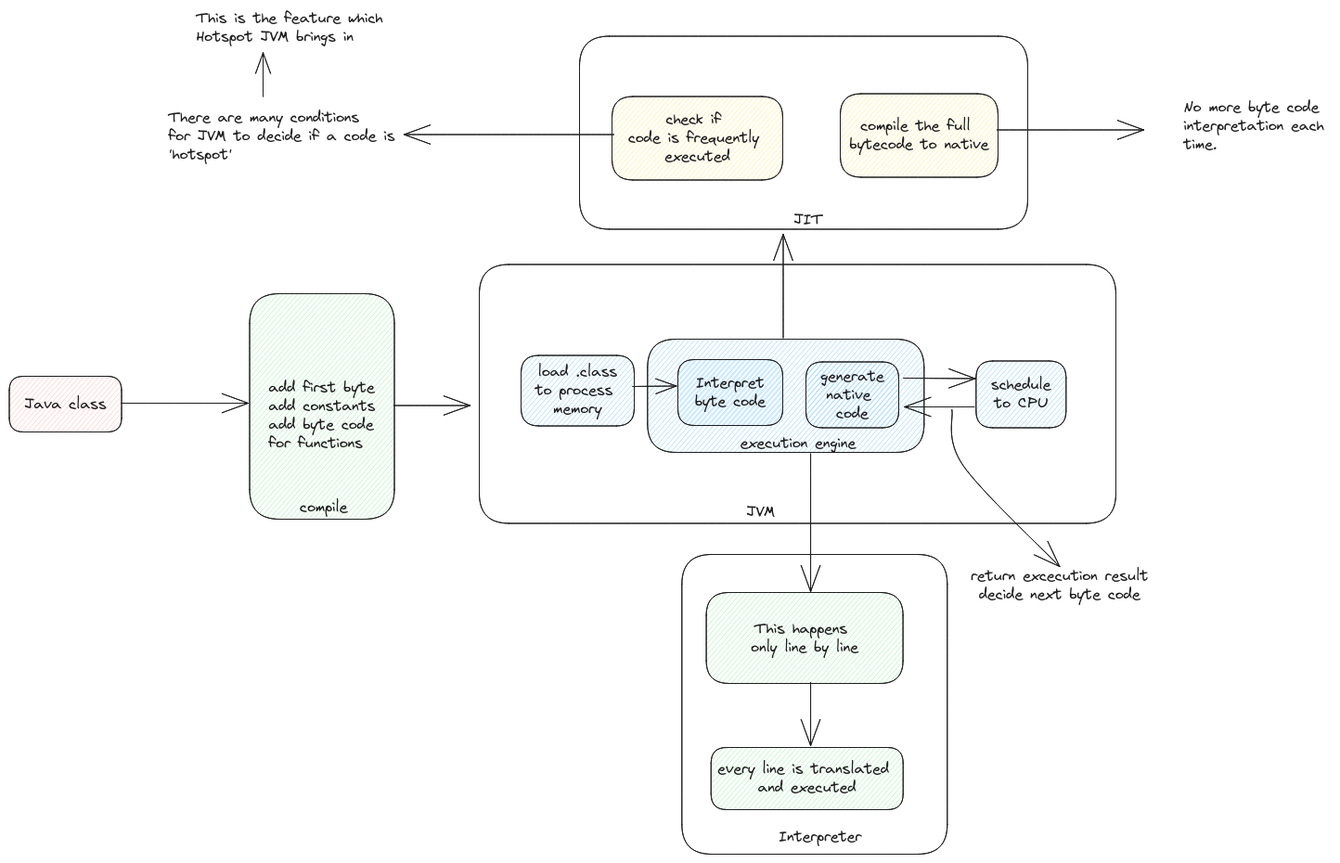
The Excalidraw diagram static/img/jvm-execution-engine.excalidraw.png in swaroopar/inprogress-engineer, before a commit. Source tidied: one line per element, renumbered; positions are measured from the earlier drawing's top-left corner, leaving out a move shared by most shapes.
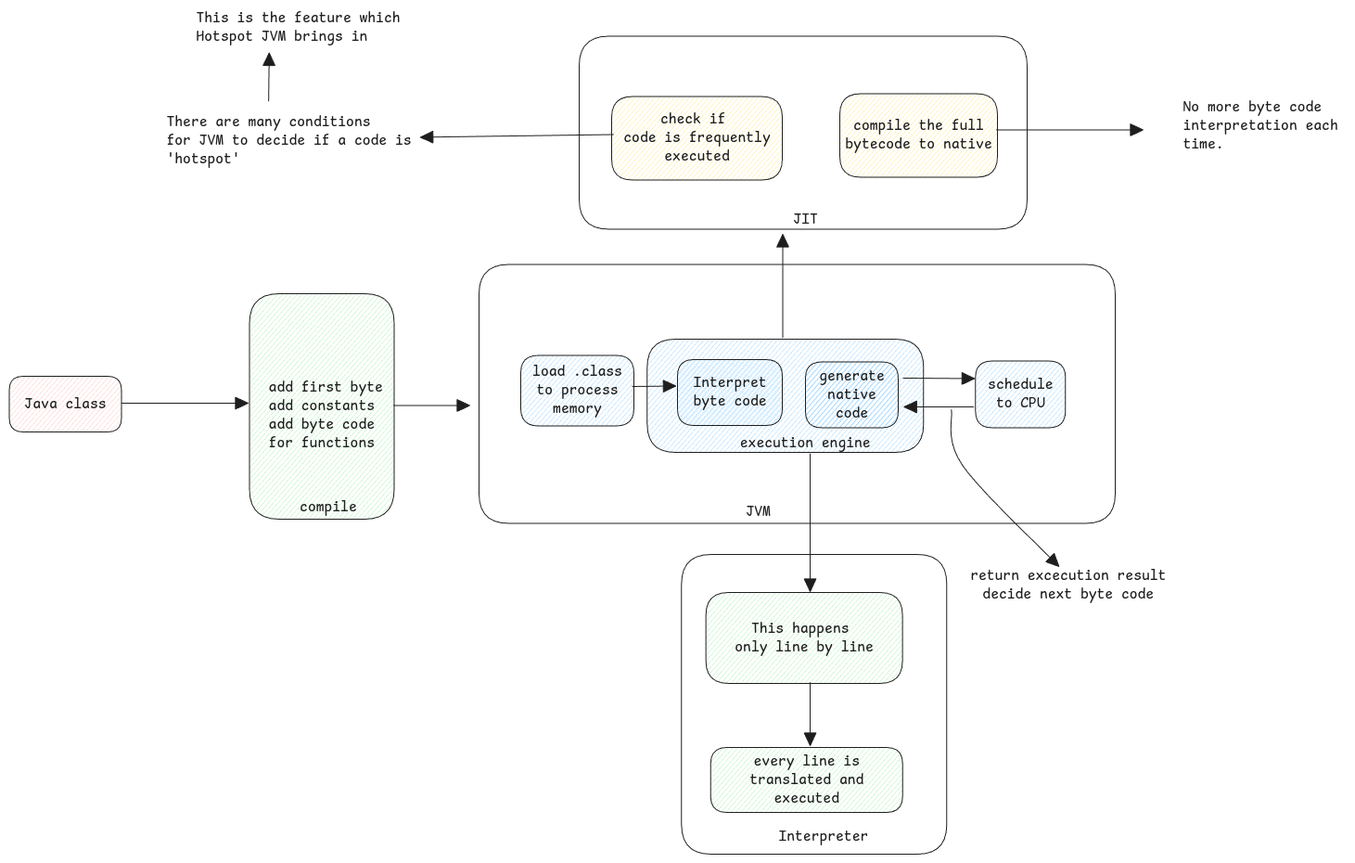
The same diagram one commit later.

What changed in the source:
```diff
@@ -1,45 +1,45 @@
 {"id": 0, "type": "rectangle", "strokeColor": "#1e1e1e", "backgroundColor": "#a5d8ff", "fillStyle": "hachure", "strokeWidth": 1, "roughness": 0, "round": true, "x": 688, "y": 356, "width": 298, "height": 122}
 {"id": 1, "type": "rectangle", "strokeColor": "#1e1e1e", "backgroundColor": "#ffc9c9", "fillStyle": "hachure", "strokeWidth": 1, "roughness": 0, "round": true, "x": 0, "y": 396, "width": 121, "height": 60}
-{"id": 2, "type": "text", "text": "Java class", "strokeColor": "#1e1e1e", "strokeWidth": 2, "roughness": 1, "fontSize": 16, "fontFamily": 1, "textAlign": "center", "verticalAlign": "middle", "inside": 1, "x": 16, "y": 416, "width": 88, "height": 20}
+{"id": 2, "type": "text", "text": "Java class", "strokeColor": "#1e1e1e", "strokeWidth": 2, "roughness": 1, "fontSize": 16, "fontFamily": 8, "textAlign": "center", "verticalAlign": "middle", "inside": 1, "x": 16, "y": 416, "width": 88, "height": 20}
-{"id": 3, "type": "arrow", "strokeColor": "#1e1e1e", "strokeWidth": 1, "roughness": 0, "endArrowhead": "arrow", "round": true, "from": 1, "to": 4, "x": 121, "y": 424, "width": 136, "height": 0, "points": [[0, 0], [136, 0]]}
+{"id": 3, "type": "arrow", "strokeColor": "#1e1e1e", "strokeWidth": 1, "roughness": 0, "endArrowhead": "triangle", "round": true, "from": 1, "to": 4, "x": 121, "y": 424, "width": 136, "height": 0, "points": [[0, 0], [136, 0]]}
 {"id": 4, "type": "rectangle", "strokeColor": "#1e1e1e", "backgroundColor": "#b2f2bb", "fillStyle": "hachure", "strokeWidth": 1, "roughness": 0, "round": true, "x": 259, "y": 306, "width": 156, "height": 243}
-{"id": 5, "type": "text", "text": "add first byte\nadd constants\nadd byte code \nfor functions", "strokeColor": "#1e1e1e", "strokeWidth": 1, "roughness": 0, "fontSize": 16, "fontFamily": 1, "x": 280, "y": 398, "width": 121, "height": 80}
+{"id": 5, "type": "text", "text": "add first byte\nadd constants\nadd byte code \nfor functions", "strokeColor": "#1e1e1e", "strokeWidth": 1, "roughness": 0, "fontSize": 16, "fontFamily": 8, "x": 280, "y": 398, "width": 123, "height": 80}
-{"id": 6, "type": "arrow", "strokeColor": "#1e1e1e", "strokeWidth": 1, "roughness": 0, "endArrowhead": "arrow", "round": true, "from": 5, "to": 7, "x": 414, "y": 427, "width": 82, "height": 0, "points": [[0, 0], [82, 0]]}
+{"id": 6, "type": "arrow", "strokeColor": "#1e1e1e", "strokeWidth": 1, "roughness": 0, "endArrowhead": "triangle", "round": true, "from": 5, "to": 7, "x": 414, "y": 427, "width": 82, "height": 0, "points": [[0, 0], [82, 0]]}
 {"id": 7, "type": "rectangle", "strokeColor": "#1e1e1e", "strokeWidth": 1, "roughness": 0, "round": true, "x": 506, "y": 275, "width": 686, "height": 279}
-{"id": 8, "type": "text", "text": "JVM", "strokeColor": "#1e1e1e", "strokeWidth": 1, "roughness": 0, "fontSize": 16, "fontFamily": 1, "x": 794, "y": 532, "width": 31, "height": 20}
+{"id": 8, "type": "text", "text": "JVM", "strokeColor": "#1e1e1e", "strokeWidth": 1, "roughness": 0, "fontSize": 16, "fontFamily": 8, "x": 794, "y": 532, "width": 26, "height": 20}
 {"id": 9, "type": "rectangle", "strokeColor": "#1e1e1e", "backgroundColor": "#a5d8ff", "fillStyle": "hachure", "strokeWidth": 1, "roughness": 0, "round": true, "x": 552, "y": 373, "width": 122, "height": 76}
-{"id": 10, "type": "text", "text": "load .class\nto process \nmemory", "strokeColor": "#1e1e1e", "strokeWidth": 1, "roughness": 0, "fontSize": 16, "fontFamily": 1, "textAlign": "center", "verticalAlign": "middle", "inside": 9, "x": 567, "y": 381, "width": 92, "height": 60}
+{"id": 10, "type": "text", "text": "load .class\nto process\nmemory", "strokeColor": "#1e1e1e", "strokeWidth": 1, "roughness": 0, "fontSize": 16, "fontFamily": 8, "textAlign": "center", "verticalAlign": "middle", "inside": 9, "x": 564, "y": 381, "width": 97, "height": 60}
 {"id": 11, "type": "rectangle", "strokeColor": "#1e1e1e", "backgroundColor": "#a5d8ff", "fillStyle": "hachure", "strokeWidth": 1, "roughness": 0, "round": true, "x": 1042, "y": 379, "width": 97, "height": 72}
-{"id": 12, "type": "text", "text": "schedule\nto CPU", "strokeColor": "#1e1e1e", "strokeWidth": 1, "roughness": 0, "fontSize": 16, "fontFamily": 1, "textAlign": "center", "verticalAlign": "middle", "inside": 11, "x": 1058, "y": 395, "width": 65, "height": 40}
+{"id": 12, "type": "text", "text": "schedule\nto CPU", "strokeColor": "#1e1e1e", "strokeWidth": 1, "roughness": 0, "fontSize": 16, "fontFamily": 8, "textAlign": "center", "verticalAlign": "middle", "inside": 11, "x": 1055, "y": 395, "width": 70, "height": 40}
-{"id": 13, "type": "arrow", "strokeColor": "#1e1e1e", "strokeWidth": 1, "roughness": 0, "endArrowhead": "arrow", "round": true, "x": 834, "y": 354, "width": 0, "height": 112, "points": [[0, 0], [0, -112]]}
+{"id": 13, "type": "arrow", "strokeColor": "#1e1e1e", "strokeWidth": 1, "roughness": 0, "endArrowhead": "triangle", "round": true, "x": 834, "y": 354, "width": 0, "height": 112, "points": [[0, 0], [0, -112]]}
 {"id": 14, "type": "rectangle", "strokeColor": "#1e1e1e", "strokeWidth": 1, "roughness": 0, "round": true, "x": 614, "y": 29, "width": 483, "height": 208}
 {"id": 15, "type": "rectangle", "strokeColor": "#1e1e1e", "backgroundColor": "#ffec99", "fillStyle": "hachure", "strokeWidth": 1, "roughness": 0, "round": true, "x": 650, "y": 94, "width": 184, "height": 90}
-{"id": 16, "type": "text", "text": "check if \ncode is frequently \nexecuted", "strokeColor": "#1e1e1e", "strokeWidth": 1, "roughness": 0, "fontSize": 16, "fontFamily": 1, "textAlign": "center", "verticalAlign": "middle", "inside": 15, "x": 667, "y": 109, "width": 149, "height": 60}
+{"id": 16, "type": "text", "text": "check if \ncode is frequently\nexecuted", "strokeColor": "#1e1e1e", "strokeWidth": 1, "roughness": 0, "fontSize": 16, "fontFamily": 8, "textAlign": "center", "verticalAlign": "middle", "inside": 15, "x": 662, "y": 109, "width": 158, "height": 60}
 {"id": 17, "type": "rectangle", "strokeColor": "#1e1e1e", "backgroundColor": "#ffec99", "fillStyle": "hachure", "strokeWidth": 1, "roughness": 0, "round": true, "x": 896, "y": 91, "width": 170, "height": 90}
-{"id": 18, "type": "text", "text": "compile the full \nbytecode to native", "strokeColor": "#1e1e1e", "strokeWidth": 1, "roughness": 0, "fontSize": 16, "fontFamily": 1, "textAlign": "center", "verticalAlign": "middle", "inside": 17, "x": 906, "y": 116, "width": 150, "height": 40}
+{"id": 18, "type": "text", "text": "compile the full\nbytecode to native", "strokeColor": "#1e1e1e", "strokeWidth": 1, "roughness": 0, "fontSize": 16, "fontFamily": 8, "textAlign": "center", "verticalAlign": "middle", "inside": 17, "x": 901, "y": 116, "width": 158, "height": 40}
-{"id": 19, "type": "text", "text": "JIT", "strokeColor": "#1e1e1e", "strokeWidth": 1, "roughness": 0, "fontSize": 16, "fontFamily": 1, "x": 846, "y": 217, "width": 32, "height": 20}
+{"id": 19, "type": "text", "text": "JIT", "strokeColor": "#1e1e1e", "strokeWidth": 1, "roughness": 0, "fontSize": 16, "fontFamily": 8, "x": 846, "y": 217, "width": 26, "height": 20}
-{"id": 20, "type": "arrow", "strokeColor": "#1e1e1e", "strokeWidth": 1, "roughness": 0, "endArrowhead": "arrow", "round": true, "to": 21, "x": 652, "y": 135, "width": 226, "height": 0, "points": [[0, 0], [-226, 0]]}
+{"id": 20, "type": "arrow", "strokeColor": "#1e1e1e", "strokeWidth": 1, "roughness": 0, "endArrowhead": "triangle", "round": true, "to": 21, "x": 652, "y": 135, "width": 208, "height": 3, "points": [[0, 0], [-208, 3]]}
-{"id": 21, "type": "text", "text": "There are many conditions \nfor JVM to decide if a code is\n'hotspot'", "strokeColor": "#1e1e1e", "strokeWidth": 1, "roughness": 0, "fontSize": 16, "fontFamily": 1, "x": 172, "y": 107, "width": 244, "height": 60}
+{"id": 21, "type": "text", "text": "There are many conditions \nfor JVM to decide if a code is\n'hotspot'", "strokeColor": "#1e1e1e", "strokeWidth": 1, "roughness": 0, "fontSize": 16, "fontFamily": 8, "x": 170, "y": 112, "width": 264, "height": 60}
-{"id": 22, "type": "arrow", "strokeColor": "#1e1e1e", "strokeWidth": 1, "roughness": 0, "endArrowhead": "arrow", "round": true, "from": 21, "to": 23, "x": 274, "y": 94, "width": 0, "height": 47, "points": [[0, 0], [0, -47]]}
+{"id": 22, "type": "arrow", "strokeColor": "#1e1e1e", "strokeWidth": 1, "roughness": 0, "endArrowhead": "triangle", "round": true, "from": 21, "to": 23, "x": 280, "y": 99, "width": 1, "height": 52, "points": [[0, 0], [1, -52]]}
-{"id": 23, "type": "text", "text": "This is the feature which \nHotspot JVM brings in", "strokeColor": "#1e1e1e", "strokeWidth": 1, "roughness": 0, "fontSize": 16, "fontFamily": 1, "x": 202, "y": 0, "width": 209, "height": 40}
+{"id": 23, "type": "text", "text": "This is the feature which \nHotspot JVM brings in", "strokeColor": "#1e1e1e", "strokeWidth": 1, "roughness": 0, "fontSize": 16, "fontFamily": 8, "x": 202, "y": 0, "width": 229, "height": 40}
-{"id": 24, "type": "arrow", "strokeColor": "#1e1e1e", "strokeWidth": 1, "roughness": 0, "endArrowhead": "arrow", "round": true, "x": 1064, "y": 130, "width": 158, "height": 0, "points": [[0, 0], [158, 0]]}
+{"id": 24, "type": "arrow", "strokeColor": "#1e1e1e", "strokeWidth": 1, "roughness": 0, "endArrowhead": "triangle", "round": true, "x": 1064, "y": 130, "width": 158, "height": 0, "points": [[0, 0], [158, 0]]}
-{"id": 25, "type": "text", "text": "No more byte code \ninterpretation each \ntime.", "strokeColor": "#1e1e1e", "strokeWidth": 1, "roughness": 0, "fontSize": 16, "fontFamily": 1, "x": 1266, "y": 96, "width": 159, "height": 60}
+{"id": 25, "type": "text", "text": "No more byte code \ninterpretation each \ntime.", "strokeColor": "#1e1e1e", "strokeWidth": 1, "roughness": 0, "fontSize": 16, "fontFamily": 8, "x": 1266, "y": 96, "width": 176, "height": 60}
-{"id": 26, "type": "arrow", "strokeColor": "#1e1e1e", "backgroundColor": "#a5d8ff", "fillStyle": "hachure", "strokeWidth": 1, "roughness": 0, "endArrowhead": "arrow", "round": true, "to": 43, "x": 672, "y": 406, "width": 47, "height": 1, "points": [[0, 0], [47, -1]]}
+{"id": 26, "type": "arrow", "strokeColor": "#1e1e1e", "backgroundColor": "#a5d8ff", "fillStyle": "hachure", "strokeWidth": 1, "roughness": 0, "endArrowhead": "triangle", "round": true, "to": 43, "x": 672, "y": 406, "width": 47, "height": 1, "points": [[0, 0], [47, -1]]}
-{"id": 27, "type": "arrow", "strokeColor": "#1e1e1e", "backgroundColor": "#a5d8ff", "fillStyle": "hachure", "strokeWidth": 1, "roughness": 0, "endArrowhead": "arrow", "round": true, "from": 41, "to": 11, "x": 964, "y": 397, "width": 77, "height": 1, "points": [[0, 0], [77, 1]]}
+{"id": 27, "type": "arrow", "strokeColor": "#1e1e1e", "backgroundColor": "#a5d8ff", "fillStyle": "hachure", "strokeWidth": 1, "roughness": 0, "endArrowhead": "triangle", "round": true, "from": 41, "to": 11, "x": 964, "y": 397, "width": 77, "height": 1, "points": [[0, 0], [77, 1]]}
-{"id": 28, "type": "arrow", "strokeColor": "#1e1e1e", "strokeWidth": 1, "roughness": 0, "endArrowhead": "arrow", "round": true, "from": 34, "to": 29, "x": 864, "y": 479, "width": 0, "height": 148, "points": [[0, 0], [0, 148]]}
+{"id": 28, "type": "arrow", "strokeColor": "#1e1e1e", "strokeWidth": 1, "roughness": 0, "endArrowhead": "triangle", "round": true, "from": 34, "to": 29, "x": 864, "y": 479, "width": 0, "height": 148, "points": [[0, 0], [0, 148]]}
 {"id": 29, "type": "rectangle", "strokeColor": "#1e1e1e", "backgroundColor": "#b2f2bb", "fillStyle": "hachure", "strokeWidth": 1, "roughness": 0, "round": true, "x": 751, "y": 628, "width": 212, "height": 98}
-{"id": 30, "type": "text", "text": "This happens \nonly line by line", "strokeColor": "#1e1e1e", "strokeWidth": 1, "roughness": 0, "fontSize": 16, "fontFamily": 1, "textAlign": "center", "verticalAlign": "middle", "inside": 29, "x": 799, "y": 658, "width": 116, "height": 40}
+{"id": 30, "type": "text", "text": "This happens \nonly line by line", "strokeColor": "#1e1e1e", "strokeWidth": 1, "roughness": 0, "fontSize": 16, "fontFamily": 8, "textAlign": "center", "verticalAlign": "middle", "inside": 29, "x": 782, "y": 658, "width": 150, "height": 40}
-{"id": 31, "type": "rectangle", "strokeColor": "#1e1e1e", "backgroundColor": "#b2f2bb", "fillStyle": "hachure", "strokeWidth": 1, "roughness": 0, "round": true, "x": 756, "y": 796, "width": 207, "height": 67}
+{"id": 31, "type": "rectangle", "strokeColor": "#1e1e1e", "backgroundColor": "#b2f2bb", "fillStyle": "hachure", "strokeWidth": 1, "roughness": 0, "round": true, "x": 756, "y": 796, "width": 207, "height": 70}
-{"id": 32, "type": "text", "text": "every line is translated \nand executed", "strokeColor": "#1e1e1e", "strokeWidth": 1, "roughness": 0, "fontSize": 16, "fontFamily": 1, "textAlign": "center", "verticalAlign": "middle", "inside": 31, "x": 763, "y": 809, "width": 193, "height": 40}
+{"id": 32, "type": "text", "text": "every line is\ntranslated and\nexecuted", "strokeColor": "#1e1e1e", "strokeWidth": 1, "roughness": 0, "fontSize": 16, "fontFamily": 8, "textAlign": "center", "verticalAlign": "middle", "inside": 31, "x": 798, "y": 800, "width": 123, "height": 60}
-{"id": 33, "type": "arrow", "strokeColor": "#1e1e1e", "strokeWidth": 1, "roughness": 0, "endArrowhead": "arrow", "round": true, "to": 31, "x": 864, "y": 726, "width": 0, "height": 68, "points": [[0, 0], [0, 68]]}
+{"id": 33, "type": "arrow", "strokeColor": "#1e1e1e", "strokeWidth": 1, "roughness": 0, "endArrowhead": "triangle", "round": true, "to": 31, "x": 864, "y": 726, "width": 0, "height": 68, "points": [[0, 0], [0, 68]]}
-{"id": 34, "type": "text", "text": "execution engine", "strokeColor": "#1e1e1e", "backgroundColor": "#a5d8ff", "fillStyle": "hachure", "strokeWidth": 1, "roughness": 0, "fontSize": 16, "fontFamily": 1, "textAlign": "center", "x": 788, "y": 458, "width": 124, "height": 20}
+{"id": 34, "type": "text", "text": "execution engine", "strokeColor": "#1e1e1e", "backgroundColor": "#a5d8ff", "fillStyle": "hachure", "strokeWidth": 1, "roughness": 0, "fontSize": 16, "fontFamily": 8, "textAlign": "center", "x": 788, "y": 458, "width": 141, "height": 20}
 {"id": 35, "type": "rectangle", "strokeColor": "#1e1e1e", "strokeWidth": 1, "roughness": 0, "round": true, "x": 725, "y": 588, "width": 286, "height": 323}
-{"id": 36, "type": "text", "text": "Interpreter", "strokeColor": "#1e1e1e", "strokeWidth": 1, "roughness": 0, "fontSize": 16, "fontFamily": 1, "textAlign": "center", "x": 829, "y": 882, "width": 89, "height": 20}
+{"id": 36, "type": "text", "text": "Interpreter", "strokeColor": "#1e1e1e", "strokeWidth": 1, "roughness": 0, "fontSize": 16, "fontFamily": 8, "textAlign": "center", "x": 829, "y": 882, "width": 97, "height": 20}
-{"id": 37, "type": "text", "text": "compile", "strokeColor": "#1e1e1e", "strokeWidth": 1, "roughness": 0, "fontSize": 16, "fontFamily": 1, "textAlign": "center", "x": 313, "y": 526, "width": 51, "height": 20}
+{"id": 37, "type": "text", "text": "compile", "strokeColor": "#1e1e1e", "strokeWidth": 1, "roughness": 0, "fontSize": 16, "fontFamily": 8, "textAlign": "center", "x": 313, "y": 526, "width": 62, "height": 20}
-{"id": 38, "type": "arrow", "strokeColor": "#1e1e1e", "backgroundColor": "#a5d8ff", "fillStyle": "hachure", "strokeWidth": 1, "roughness": 0, "endArrowhead": "arrow", "round": true, "from": 11, "to": 41, "x": 1040, "y": 428, "width": 75, "height": 0, "points": [[0, 0], [-75, 0]]}
+{"id": 38, "type": "arrow", "strokeColor": "#1e1e1e", "backgroundColor": "#a5d8ff", "fillStyle": "hachure", "strokeWidth": 1, "roughness": 0, "endArrowhead": "triangle", "round": true, "from": 11, "to": 41, "x": 1040, "y": 428, "width": 75, "height": 0, "points": [[0, 0], [-75, 0]]}
-{"id": 39, "type": "text", "text": "return excecution result\ndecide next byte code", "strokeColor": "#1e1e1e", "strokeWidth": 1, "roughness": 0, "fontSize": 16, "fontFamily": 1, "textAlign": "center", "x": 1036, "y": 600, "width": 191, "height": 40}
+{"id": 39, "type": "text", "text": "return excecution result\ndecide next byte code", "strokeColor": "#1e1e1e", "strokeWidth": 1, "roughness": 0, "fontSize": 16, "fontFamily": 8, "textAlign": "center", "x": 1036, "y": 600, "width": 211, "height": 40}
-{"id": 40, "type": "arrow", "strokeColor": "#1e1e1e", "strokeWidth": 1, "roughness": 0, "endArrowhead": "arrow", "round": true, "from": 0, "to": 39, "x": 1016, "y": 432, "width": 116, "height": 169, "points": [[0, 0], [12, 60], [116, 169]]}
+{"id": 40, "type": "arrow", "strokeColor": "#1e1e1e", "strokeWidth": 1, "roughness": 0, "endArrowhead": "triangle", "round": true, "from": 0, "to": 39, "x": 1016, "y": 432, "width": 116, "height": 169, "points": [[0, 0], [12, 60], [116, 169]]}
 {"id": 41, "type": "rectangle", "strokeColor": "#1e1e1e", "backgroundColor": "#a5d8ff", "fillStyle": "hachure", "strokeWidth": 1, "roughness": 0, "round": true, "x": 858, "y": 380, "width": 100, "height": 71}
-{"id": 42, "type": "text", "text": "generate\nnative \ncode", "strokeColor": "#1e1e1e", "strokeWidth": 1, "roughness": 0, "fontSize": 16, "fontFamily": 1, "textAlign": "center", "verticalAlign": "middle", "inside": 41, "x": 874, "y": 386, "width": 68, "height": 60}
+{"id": 42, "type": "text", "text": "generate\nnative\ncode", "strokeColor": "#1e1e1e", "strokeWidth": 1, "roughness": 0, "fontSize": 16, "fontFamily": 8, "textAlign": "center", "verticalAlign": "middle", "inside": 41, "x": 873, "y": 386, "width": 70, "height": 60}
 {"id": 43, "type": "rectangle", "strokeColor": "#1e1e1e", "backgroundColor": "#a5d8ff", "fillStyle": "hachure", "strokeWidth": 1, "roughness": 0, "round": true, "x": 720, "y": 378, "width": 113, "height": 71}
-{"id": 44, "type": "text", "text": "Interpret\nbyte code", "strokeColor": "#1e1e1e", "strokeWidth": 1, "roughness": 0, "fontSize": 16, "fontFamily": 1, "textAlign": "center", "verticalAlign": "middle", "inside": 43, "x": 739, "y": 393, "width": 76, "height": 40}
+{"id": 44, "type": "text", "text": "Interpret\nbyte code", "strokeColor": "#1e1e1e", "strokeWidth": 1, "roughness": 0, "fontSize": 16, "fontFamily": 8, "textAlign": "center", "verticalAlign": "middle", "inside": 43, "x": 737, "y": 393, "width": 79, "height": 40}
```
